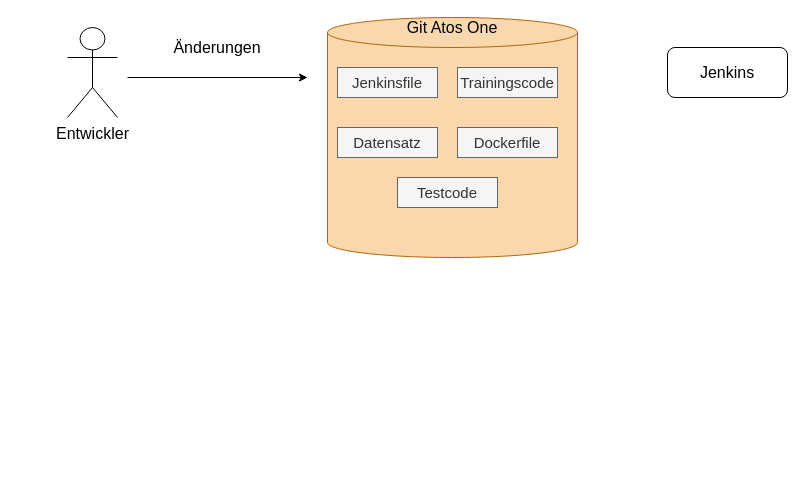
Above: CICDBA.drawio in martinbuechner1/mockups (draw.io), before the change. Source tidied: cells renumbered, new cells numbered last; positions are measured from the earlier drawing's top-left corner, leaving out a move shared by most shapes. Both pictures are drawn from the tidied source at 100%, with x=0, y=0 at pixel (67, 17).
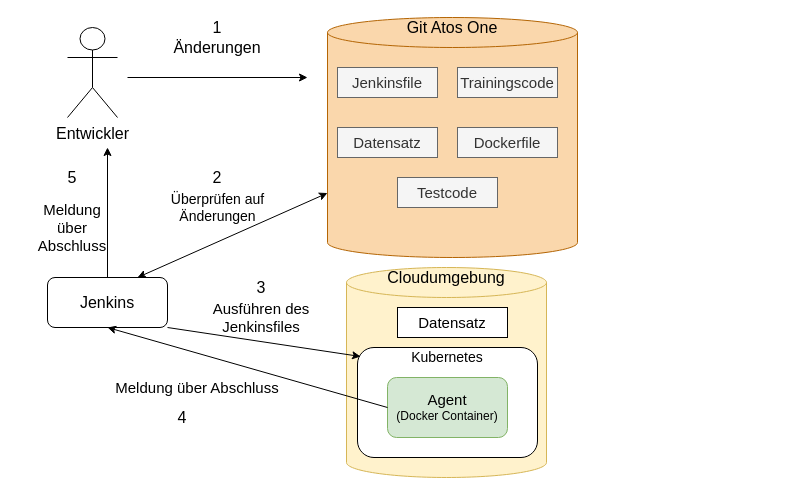
Above is the later version.

Commit message:
final cicd pipeline :)

The change refers to these unchanged cells:
```xml
<mxCell id="7" style="shape=cylinder2;whiteSpace=wrap;html=1;boundedLbl=1;backgroundOutline=1;size=15;fillColor=#fad7ac;strokeColor=#b46504;" parent="6" vertex="1">
  <mxGeometry width="250" height="240" as="geometry" />
</mxCell>
```

The edit, as a diff of the source:
```diff
@@
+    <mxCell id="14" style="edgeStyle=orthogonalEdgeStyle;rounded=0;jettySize=auto;html=1;exitX=0.5;exitY=0;exitDx=0;exitDy=0;" parent="1" edge="1" source="5">
+      <mxGeometry relative="1" as="geometry">
+        <mxPoint x="40" y="130" as="targetPoint" />
+      </mxGeometry>
+    </mxCell>
     <mxCell id="5" value="&lt;font style=&quot;font-size: 16px&quot;&gt;Jenkins&lt;/font&gt;" style="rounded=1;whiteSpace=wrap;html=1;" parent="1" vertex="1">
-      <mxGeometry x="600" y="30" width="120" height="50" as="geometry" />
+      <mxGeometry x="-20" y="260" width="120" height="50" as="geometry" />
     </mxCell>
@@
+    <mxCell id="15" style="endArrow=classic;startArrow=classic;html=1;exitX=0.75;exitY=0;exitDx=0;exitDy=0;" parent="1" edge="1" source="5" target="7">
+      <mxGeometry relative="1" as="geometry" />
+    </mxCell>
+    <mxCell id="16" value="&lt;div&gt;&lt;font style=&quot;font-size: 14px&quot;&gt;Überprüfen auf&lt;/font&gt;&lt;/div&gt;&lt;div&gt;&lt;font style=&quot;font-size: 14px&quot;&gt; Änderungen&lt;/font&gt;&lt;/div&gt;" style="text;html=1;align=center;verticalAlign=middle;" parent="1" vertex="1">
+      <mxGeometry x="95" y="170" width="110" height="40" as="geometry" />
+    </mxCell>
+    <mxCell id="17" value="&lt;font style=&quot;font-size: 15px&quot;&gt;Ausführen des Jenkinsfiles&lt;/font&gt;" style="text;html=1;strokeColor=none;fillColor=none;align=center;verticalAlign=middle;whiteSpace=wrap;rounded=0;" parent="1" vertex="1">
+      <mxGeometry x="109" y="290" width="170" height="20" as="geometry" />
+    </mxCell>
+    <mxCell id="18" value="&lt;font style=&quot;font-size: 15px&quot;&gt;Meldung über Abschluss&lt;/font&gt;" style="text;html=1;strokeColor=none;fillColor=none;align=center;verticalAlign=middle;whiteSpace=wrap;rounded=0;" parent="1" vertex="1">
+      <mxGeometry x="30" y="360" width="200" height="20" as="geometry" />
+    </mxCell>
+    <mxCell id="19" style="group;" parent="1" vertex="1">
+      <mxGeometry x="279" y="250" width="200" height="210" as="geometry" />
+    </mxCell>
+    <mxCell id="20" style="shape=cylinder3;whiteSpace=wrap;html=1;boundedLbl=1;backgroundOutline=1;size=15;fillColor=#fff2cc;strokeColor=#d6b656;" parent="19" vertex="1">
+      <mxGeometry width="200" height="210" as="geometry" />
+    </mxCell>
+    <mxCell id="21" value="&lt;font style=&quot;font-size: 15px&quot;&gt;Datensatz&lt;/font&gt;" style="rounded=0;whiteSpace=wrap;html=1;" parent="19" vertex="1">
+      <mxGeometry x="51" y="40" width="110" height="30" as="geometry" />
+    </mxCell>
+    <mxCell id="22" value="&lt;font style=&quot;font-size: 16px&quot;&gt;Cloudumgebung&lt;/font&gt;" style="text;html=1;strokeColor=none;fillColor=none;align=center;verticalAlign=middle;whiteSpace=wrap;rounded=0;" parent="19" vertex="1">
+      <mxGeometry x="20" width="160" height="20" as="geometry" />
+    </mxCell>
+    <mxCell id="23" style="rounded=1;whiteSpace=wrap;html=1;" parent="19" vertex="1">
+      <mxGeometry x="11" y="80" width="180" height="110" as="geometry" />
+    </mxCell>
+    <mxCell id="24" value="&lt;font style=&quot;font-size: 14px&quot;&gt;Kubernetes&lt;/font&gt;" style="text;html=1;strokeColor=none;fillColor=none;align=center;verticalAlign=middle;whiteSpace=wrap;rounded=0;" parent="19" vertex="1">
+      <mxGeometry x="36" y="80" width="130" height="20" as="geometry" />
+    </mxCell>
+    <mxCell id="25" value="&lt;font style=&quot;font-size: 15px&quot;&gt;Agent &lt;/font&gt;&lt;br&gt;(Docker Container)" style="rounded=1;whiteSpace=wrap;html=1;fillColor=#d5e8d4;strokeColor=#82b366;" parent="19" vertex="1">
+      <mxGeometry x="41" y="110" width="120" height="60" as="geometry" />
+    </mxCell>
+    <mxCell id="26" style="endArrow=classic;html=1;exitX=1;exitY=1;exitDx=0;exitDy=0;entryX=0.017;entryY=0.082;entryDx=0;entryDy=0;entryPerimeter=0;" parent="1" edge="1" source="5" target="23">
+      <mxGeometry relative="1" as="geometry" />
+    </mxCell>
+    <mxCell id="27" style="endArrow=classic;html=1;entryX=0.5;entryY=1;entryDx=0;entryDy=0;exitX=0;exitY=0.5;exitDx=0;exitDy=0;" parent="1" edge="1" source="25" target="5">
+      <mxGeometry relative="1" as="geometry" />
+    </mxCell>
+    <mxCell id="28" value="&lt;div&gt;&lt;font style=&quot;font-size: 15px&quot;&gt;Meldung &lt;br&gt;&lt;/font&gt;&lt;/div&gt;&lt;div&gt;&lt;font style=&quot;font-size: 15px&quot;&gt;über &lt;br&gt;&lt;/font&gt;&lt;/div&gt;&lt;div&gt;&lt;font style=&quot;font-size: 15px&quot;&gt;Abschluss&lt;/font&gt;&lt;/div&gt;" style="text;html=1;strokeColor=none;fillColor=none;align=center;verticalAlign=middle;whiteSpace=wrap;rounded=0;" parent="1" vertex="1">
+      <mxGeometry x="-50" y="170" width="110" height="80" as="geometry" />
+    </mxCell>
+    <mxCell id="29" value="&lt;font style=&quot;font-size: 16px&quot;&gt;1&lt;/font&gt;" style="text;html=1;strokeColor=none;fillColor=none;align=center;verticalAlign=middle;whiteSpace=wrap;rounded=0;" parent="1" vertex="1">
+      <mxGeometry x="130" width="40" height="20" as="geometry" />
+    </mxCell>
+    <mxCell id="30" value="&lt;font style=&quot;font-size: 16px&quot;&gt;2&lt;/font&gt;" style="text;html=1;strokeColor=none;fillColor=none;align=center;verticalAlign=middle;whiteSpace=wrap;rounded=0;" parent="1" vertex="1">
+      <mxGeometry x="130" y="150" width="40" height="20" as="geometry" />
+    </mxCell>
+    <mxCell id="31" value="&lt;font style=&quot;font-size: 16px&quot;&gt;3&lt;/font&gt;" style="text;html=1;strokeColor=none;fillColor=none;align=center;verticalAlign=middle;whiteSpace=wrap;rounded=0;" parent="1" vertex="1">
+      <mxGeometry x="174" y="260" width="40" height="20" as="geometry" />
+    </mxCell>
+    <mxCell id="32" value="&lt;font style=&quot;font-size: 16px&quot;&gt;4&lt;/font&gt;" style="text;html=1;strokeColor=none;fillColor=none;align=center;verticalAlign=middle;whiteSpace=wrap;rounded=0;" parent="1" vertex="1">
+      <mxGeometry x="95" y="390" width="40" height="20" as="geometry" />
+    </mxCell>
+    <mxCell id="33" value="&lt;font style=&quot;font-size: 16px&quot;&gt;5&lt;/font&gt;" style="text;html=1;strokeColor=none;fillColor=none;align=center;verticalAlign=middle;whiteSpace=wrap;rounded=0;" parent="1" vertex="1">
+      <mxGeometry x="-15" y="150" width="40" height="20" as="geometry" />
+    </mxCell>
```
